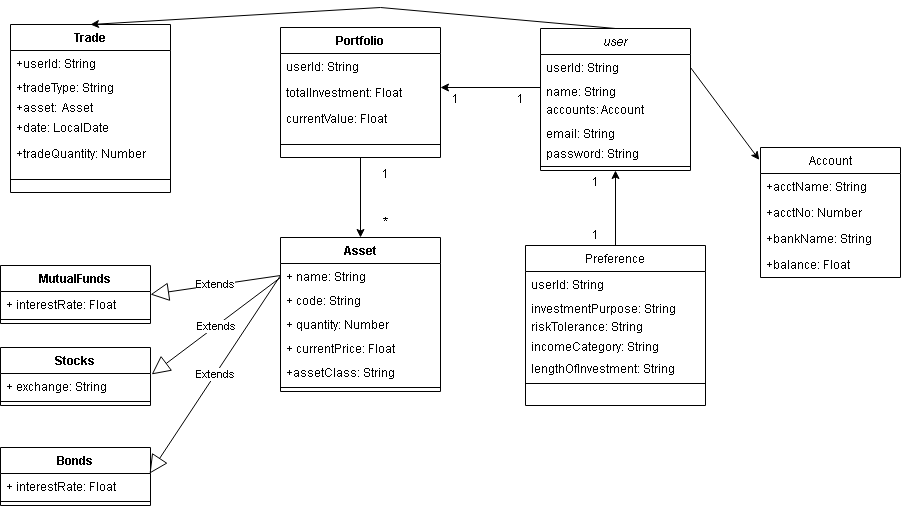
preetesque/SmallChange keeps this draw.io diagram as class diagram.png. Above is the earlier version. Source tidied: cells renumbered, new cells last; positions are measured from the earlier drawing's top-left corner, leaving out a move shared by most shapes.
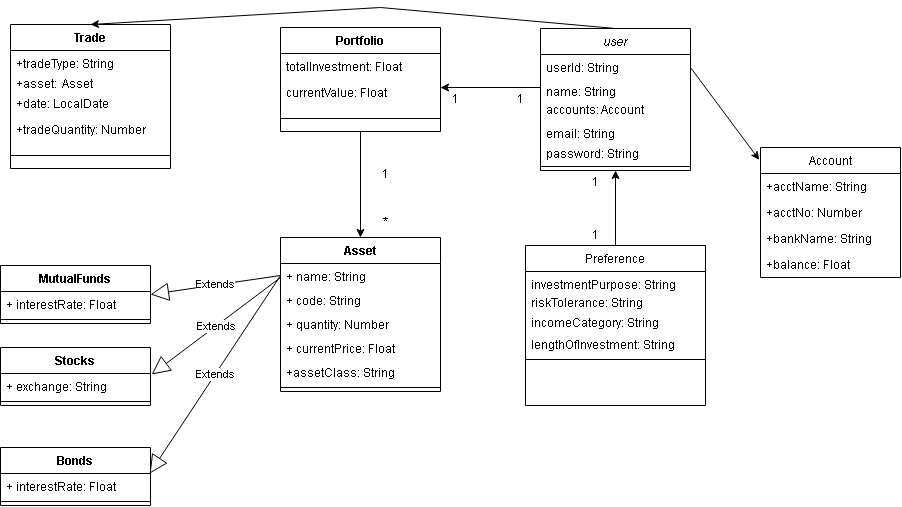
The same file after the commit.

Commit message:
fina class diagram v2

Change to the diagram source:
```diff
@@ -26,23 +26,20 @@
     <mxCell id="9" value="Preference" style="swimlane;fontStyle=0;align=center;verticalAlign=top;horizontal=1;startSize=26;rounded=0;shadow=0;strokeWidth=1;" parent="1" vertex="1">
       <mxGeometry x="525" y="238" width="180" height="160" as="geometry" />
     </mxCell>
-    <mxCell id="10" value="userId: String" style="text;align=left;verticalAlign=top;spacingLeft=4;spacingRight=4;overflow=hidden;" parent="9" vertex="1">
-      <mxGeometry y="26" width="180" height="24" as="geometry" />
-    </mxCell>
     <mxCell id="11" value="investmentPurpose: String" style="text;align=left;verticalAlign=top;spacingLeft=4;spacingRight=4;overflow=hidden;rounded=0;shadow=0;html=0;" parent="9" vertex="1">
-      <mxGeometry y="50" width="180" height="18" as="geometry" />
+      <mxGeometry y="26" width="180" height="18" as="geometry" />
     </mxCell>
     <mxCell id="12" value="riskTolerance: String" style="text;align=left;verticalAlign=top;spacingLeft=4;spacingRight=4;overflow=hidden;rounded=0;shadow=0;html=0;" parent="9" vertex="1">
-      <mxGeometry y="68" width="180" height="20" as="geometry" />
+      <mxGeometry y="44" width="180" height="20" as="geometry" />
     </mxCell>
     <mxCell id="13" value="incomeCategory: String" style="text;align=left;verticalAlign=top;spacingLeft=4;spacingRight=4;overflow=hidden;rounded=0;shadow=0;html=0;" parent="9" vertex="1">
-      <mxGeometry y="88" width="180" height="22" as="geometry" />
+      <mxGeometry y="64" width="180" height="22" as="geometry" />
     </mxCell>
     <mxCell id="14" value="lengthOfInvestment: String" style="text;align=left;verticalAlign=top;spacingLeft=4;spacingRight=4;overflow=hidden;rounded=0;shadow=0;html=0;" parent="9" vertex="1">
-      <mxGeometry y="110" width="180" height="24" as="geometry" />
+      <mxGeometry y="86" width="180" height="24" as="geometry" />
     </mxCell>
     <mxCell id="15" style="line;html=1;strokeWidth=1;align=left;verticalAlign=middle;spacingTop=-1;spacingLeft=3;spacingRight=3;labelPosition=right;" parent="9" vertex="1">
-      <mxGeometry y="134" width="180" height="8" as="geometry" />
+      <mxGeometry y="110" width="180" height="8" as="geometry" />
     </mxCell>
     <mxCell id="16" style="align=left;verticalAlign=bottom;labelBackgroundColor=none;fontSize=12;" parent="1" vertex="1">
       <mxGeometry x="677" y="120" as="geometry">
@@ -56,19 +53,16 @@
       <mxGeometry relative="1" as="geometry" />
     </mxCell>
     <mxCell id="19" value="Portfolio" style="swimlane;fontStyle=1;align=center;verticalAlign=top;horizontal=1;startSize=26;" parent="1" vertex="1">
-      <mxGeometry x="280" y="20" width="160" height="130" as="geometry" />
+      <mxGeometry x="280" y="20" width="160" height="104" as="geometry" />
     </mxCell>
-    <mxCell id="20" value="userId: String" style="text;strokeColor=none;fillColor=none;align=left;verticalAlign=top;spacingLeft=4;spacingRight=4;overflow=hidden;" parent="19" vertex="1">
-      <mxGeometry y="26" width="160" height="26" as="geometry" />
-    </mxCell>
     <mxCell id="21" value="totalInvestment: Float" style="text;strokeColor=none;fillColor=none;align=left;verticalAlign=top;spacingLeft=4;spacingRight=4;overflow=hidden;" parent="19" vertex="1">
-      <mxGeometry y="52" width="160" height="26" as="geometry" />
+      <mxGeometry y="26" width="160" height="26" as="geometry" />
     </mxCell>
     <mxCell id="22" value="currentValue: Float" style="text;strokeColor=none;fillColor=none;align=left;verticalAlign=top;spacingLeft=4;spacingRight=4;overflow=hidden;" parent="19" vertex="1">
-      <mxGeometry y="78" width="160" height="26" as="geometry" />
+      <mxGeometry y="52" width="160" height="26" as="geometry" />
     </mxCell>
     <mxCell id="23" style="line;strokeWidth=1;fillColor=none;align=left;verticalAlign=middle;spacingTop=-1;spacingLeft=3;spacingRight=3;labelPosition=right;strokeColor=inherit;" parent="19" vertex="1">
-      <mxGeometry y="104" width="160" height="26" as="geometry" />
+      <mxGeometry y="78" width="160" height="26" as="geometry" />
     </mxCell>
     <mxCell id="24" style="endArrow=classic;html=1;rounded=0;exitX=0;exitY=0.5;exitDx=0;exitDy=0;" parent="1" edge="1" source="4">
       <mxGeometry relative="1" as="geometry">
@@ -102,25 +96,22 @@
       <mxGeometry y="146" width="160" height="8" as="geometry" />
     </mxCell>
     <mxCell id="33" value="Trade" style="swimlane;fontStyle=1;align=center;verticalAlign=top;horizontal=1;startSize=26;" parent="1" vertex="1">
-      <mxGeometry x="10" y="17" width="160" height="168" as="geometry" />
+      <mxGeometry x="10" y="17" width="160" height="144" as="geometry" />
     </mxCell>
-    <mxCell id="34" value="+userId: String" style="text;strokeColor=none;fillColor=none;align=left;verticalAlign=top;spacingLeft=4;spacingRight=4;overflow=hidden;" parent="33" vertex="1">
-      <mxGeometry y="26" width="160" height="24" as="geometry" />
-    </mxCell>
     <mxCell id="35" value="+tradeType: String" style="text;strokeColor=none;fillColor=none;align=left;verticalAlign=top;spacingLeft=4;spacingRight=4;overflow=hidden;" parent="33" vertex="1">
-      <mxGeometry y="50" width="160" height="20" as="geometry" />
+      <mxGeometry y="26" width="160" height="20" as="geometry" />
     </mxCell>
     <mxCell id="36" value="+asset:  Asset" style="text;strokeColor=none;fillColor=none;align=left;verticalAlign=top;spacingLeft=4;spacingRight=4;overflow=hidden;" parent="33" vertex="1">
-      <mxGeometry y="70" width="160" height="20" as="geometry" />
+      <mxGeometry y="46" width="160" height="20" as="geometry" />
     </mxCell>
     <mxCell id="37" value="+date: LocalDate" style="text;strokeColor=none;fillColor=none;align=left;verticalAlign=top;spacingLeft=4;spacingRight=4;overflow=hidden;" parent="33" vertex="1">
-      <mxGeometry y="90" width="160" height="26" as="geometry" />
+      <mxGeometry y="66" width="160" height="26" as="geometry" />
     </mxCell>
     <mxCell id="38" value="+tradeQuantity: Number" style="text;strokeColor=none;fillColor=none;align=left;verticalAlign=top;spacingLeft=4;spacingRight=4;overflow=hidden;" parent="33" vertex="1">
-      <mxGeometry y="116" width="160" height="26" as="geometry" />
+      <mxGeometry y="92" width="160" height="26" as="geometry" />
     </mxCell>
     <mxCell id="39" style="line;strokeWidth=1;fillColor=none;align=left;verticalAlign=middle;spacingTop=-1;spacingLeft=3;spacingRight=3;labelPosition=right;strokeColor=inherit;" parent="33" vertex="1">
-      <mxGeometry y="142" width="160" height="26" as="geometry" />
+      <mxGeometry y="118" width="160" height="26" as="geometry" />
     </mxCell>
     <mxCell id="40" style="endArrow=classic;html=1;rounded=0;exitX=0.5;exitY=0;exitDx=0;exitDy=0;entryX=0.5;entryY=0;entryDx=0;entryDy=0;" parent="1" edge="1" source="2" target="33">
       <mxGeometry relative="1" as="geometry">
```
